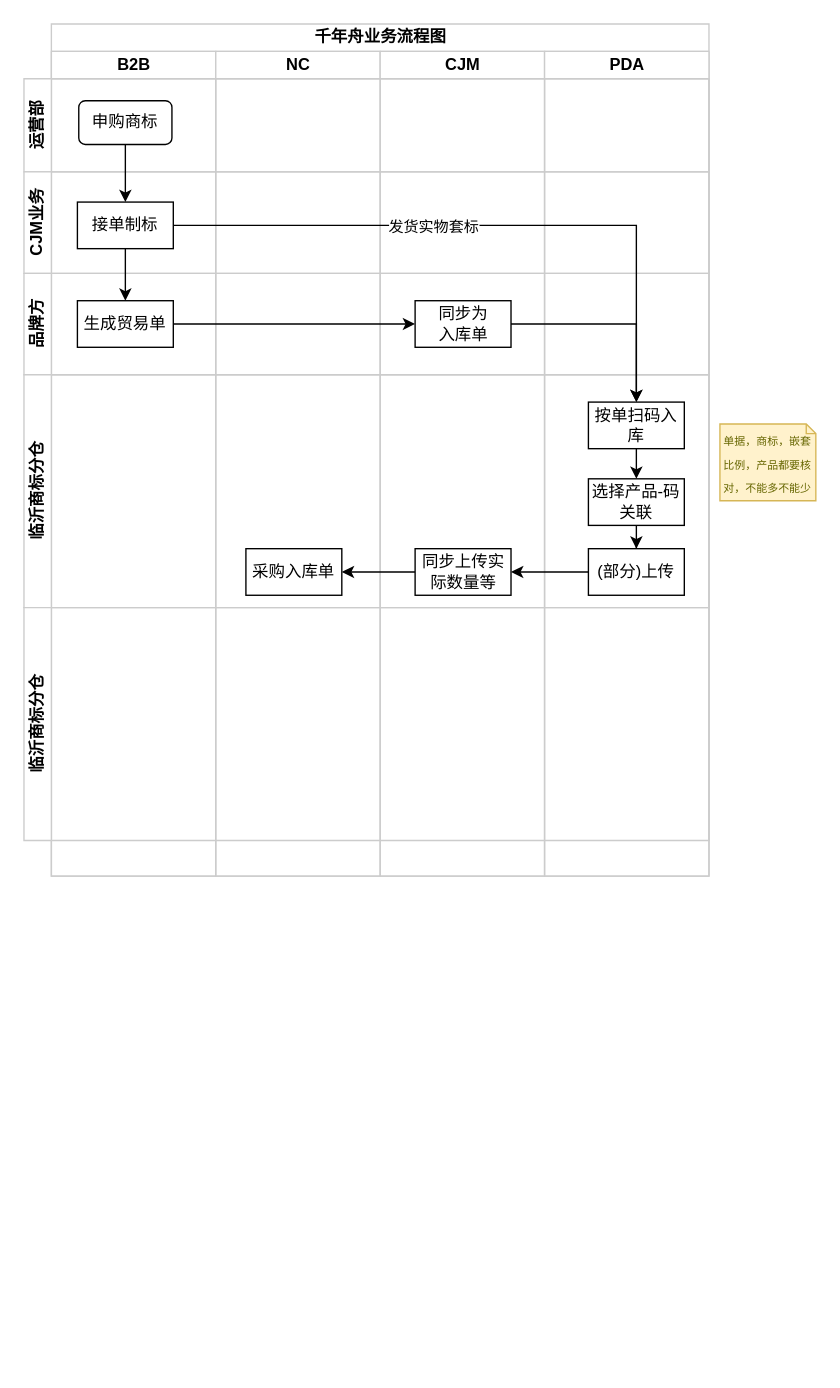
Above: 未命名绘图.drawio in wangjing0128/flow-chart (draw.io), before the change. Source tidied: cells renumbered, new cells numbered last; positions are measured from the earlier drawing's top-left corner, leaving out a move shared by most shapes. Both pictures are drawn from the tidied source at 137%, with x=0, y=0 at pixel (23, 23).
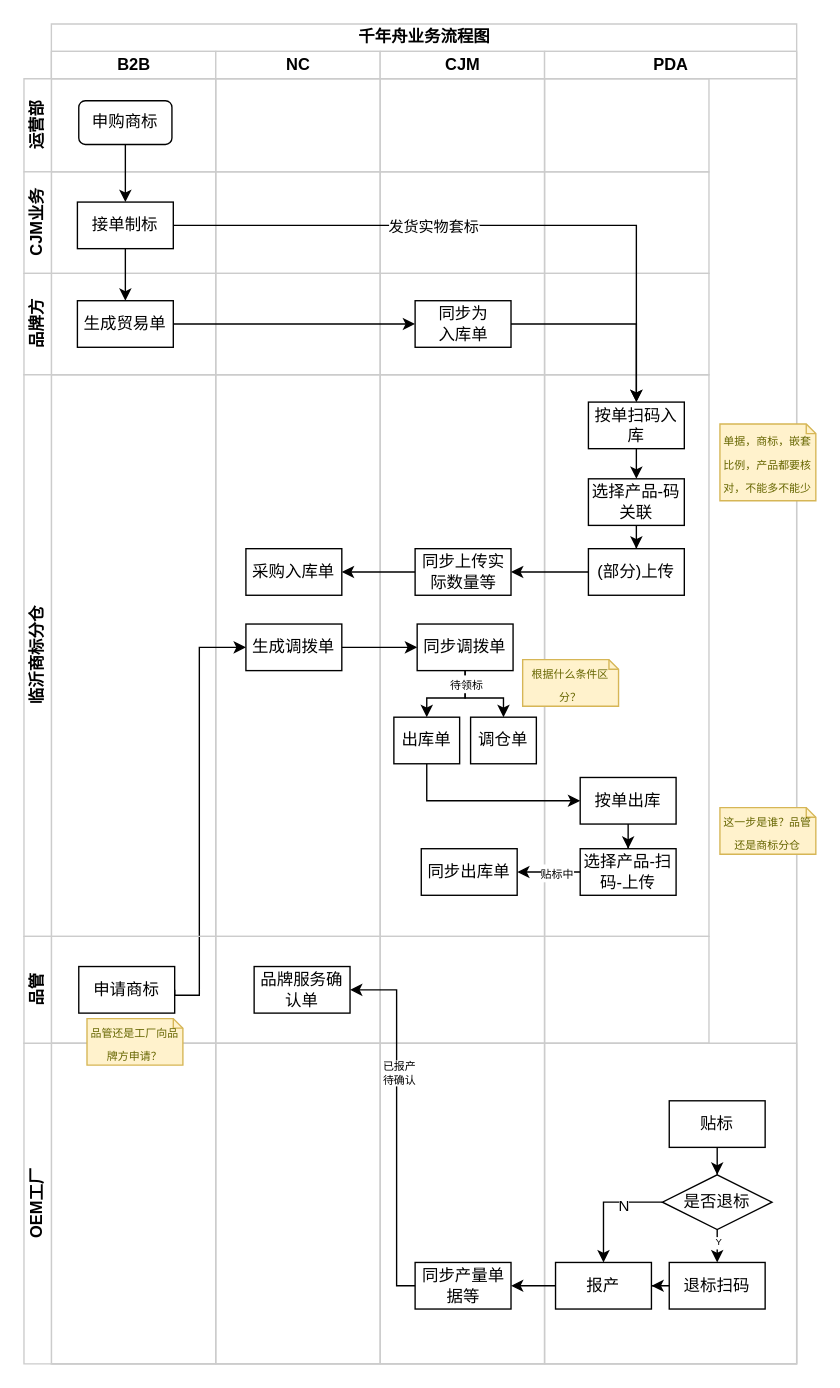
Above is the later version.

Commit message (it also covers changes not shown here):
更新未命名绘图.drawio

Change to the diagram source:
```diff
@@
     <mxCell id="2" value="千年舟业务流程图" style="swimlane;startSize=20;html=1;strokeColor=#CCCCCC;" parent="1" vertex="1">
-      <mxGeometry x="20" width="480" height="622" as="geometry" />
+      <mxGeometry x="20" width="544" height="978" as="geometry" />
     </mxCell>
     <mxCell id="3" value="B2B" style="swimlane;startSize=20;html=1;strokeColor=#CCCCCC;" parent="2" vertex="1">
-      <mxGeometry y="20" width="120" height="602" as="geometry" />
+      <mxGeometry y="20" width="120" height="958" as="geometry" />
     </mxCell>
     <mxCell id="4" value="NC" style="swimlane;startSize=20;html=1;strokeColor=#CCCCCC;" parent="2" vertex="1">
-      <mxGeometry x="120" y="20" width="120" height="602" as="geometry" />
+      <mxGeometry x="120" y="20" width="120" height="958" as="geometry" />
     </mxCell>
     <mxCell id="5" value="CJM" style="swimlane;startSize=20;html=1;strokeColor=#CCCCCC;" parent="2" vertex="1">
-      <mxGeometry x="240" y="20" width="120" height="602" as="geometry" />
+      <mxGeometry x="240" y="20" width="120" height="958" as="geometry" />
     </mxCell>
     <mxCell id="6" value="PDA" style="swimlane;startSize=20;html=1;strokeColor=#CCCCCC;" parent="2" vertex="1">
-      <mxGeometry x="360" y="20" width="120" height="602" as="geometry" />
+      <mxGeometry x="360" y="20" width="184" height="958" as="geometry" />
     </mxCell>
@@
     <mxCell id="16" value="临沂商标分仓" style="swimlane;startSize=20;horizontal=0;html=1;whiteSpace=wrap;strokeColor=#CCCCCC;" parent="1" vertex="1">
-      <mxGeometry y="256" width="500" height="170" as="geometry" />
+      <mxGeometry y="256" width="500" height="410" as="geometry" />
     </mxCell>
@@
+    <mxCell id="33" style="edgeStyle=orthogonalEdgeStyle;rounded=0;jettySize=auto;html=1;exitX=1;exitY=0.5;exitDx=0;exitDy=0;entryX=0;entryY=0.5;entryDx=0;entryDy=0;" parent="16" edge="1" source="34" target="38">
+      <mxGeometry relative="1" as="geometry" />
+    </mxCell>
+    <mxCell id="34" value="生成调拨单" style="rounded=0;whiteSpace=wrap;html=1;" parent="16" vertex="1">
+      <mxGeometry x="162" y="182" width="70" height="34" as="geometry" />
+    </mxCell>
+    <mxCell id="35" style="edgeStyle=orthogonalEdgeStyle;rounded=0;jettySize=auto;html=1;exitX=0.5;exitY=1;exitDx=0;exitDy=0;entryX=0.5;entryY=0;entryDx=0;entryDy=0;" parent="16" edge="1" source="38" target="40">
+      <mxGeometry relative="1" as="geometry" />
+    </mxCell>
+    <mxCell id="36" style="edgeStyle=orthogonalEdgeStyle;rounded=0;jettySize=auto;html=1;exitX=0.5;exitY=1;exitDx=0;exitDy=0;" parent="16" edge="1" source="38" target="41">
+      <mxGeometry relative="1" as="geometry" />
+    </mxCell>
+    <mxCell id="37" value="&lt;font style=&quot;font-size: 8px;&quot;&gt;待领标&lt;/font&gt;" style="edgeLabel;html=1;align=center;verticalAlign=middle;" parent="36" vertex="1">
+      <mxGeometry x="-0.7" relative="1" as="geometry" />
+    </mxCell>
+    <mxCell id="38" value="同步调拨单" style="rounded=0;whiteSpace=wrap;html=1;" parent="16" vertex="1">
+      <mxGeometry x="287" y="182" width="70" height="34" as="geometry" />
+    </mxCell>
+    <mxCell id="39" style="edgeStyle=orthogonalEdgeStyle;rounded=0;jettySize=auto;html=1;exitX=0.5;exitY=1;exitDx=0;exitDy=0;entryX=0;entryY=0.5;entryDx=0;entryDy=0;" parent="16" edge="1" source="40" target="44">
+      <mxGeometry relative="1" as="geometry" />
+    </mxCell>
+    <mxCell id="40" value="出库单" style="rounded=0;whiteSpace=wrap;html=1;" parent="16" vertex="1">
+      <mxGeometry x="270" y="250" width="48" height="34" as="geometry" />
+    </mxCell>
+    <mxCell id="41" value="调仓单" style="rounded=0;whiteSpace=wrap;html=1;" parent="16" vertex="1">
+      <mxGeometry x="326" y="250" width="48" height="34" as="geometry" />
+    </mxCell>
+    <mxCell id="42" value="&lt;span style=&quot;font-size: 8px;&quot;&gt;根据什么条件区分？&lt;/span&gt;" style="shape=note;strokeWidth=1;fontSize=14;size=7;whiteSpace=wrap;html=1;fillColor=#fff2cc;strokeColor=#d6b656;fontColor=#666600;" parent="16" vertex="1">
+      <mxGeometry x="364" y="208" width="70" height="34" as="geometry" />
+    </mxCell>
+    <mxCell id="43" style="edgeStyle=orthogonalEdgeStyle;rounded=0;jettySize=auto;html=1;exitX=0.5;exitY=1;exitDx=0;exitDy=0;" parent="16" edge="1" source="44" target="47">
+      <mxGeometry relative="1" as="geometry" />
+    </mxCell>
+    <mxCell id="44" value="按单出库" style="rounded=0;whiteSpace=wrap;html=1;" parent="16" vertex="1">
+      <mxGeometry x="406" y="294" width="70" height="34" as="geometry" />
+    </mxCell>
+    <mxCell id="45" style="edgeStyle=orthogonalEdgeStyle;rounded=0;jettySize=auto;html=1;exitX=0;exitY=0.5;exitDx=0;exitDy=0;" parent="16" edge="1" source="47" target="48">
+      <mxGeometry relative="1" as="geometry" />
+    </mxCell>
+    <mxCell id="46" value="&lt;font style=&quot;font-size: 8px;&quot;&gt;贴标中&lt;/font&gt;" style="edgeLabel;html=1;align=center;verticalAlign=middle;" parent="45" vertex="1">
+      <mxGeometry x="0.18" y="2" relative="1" as="geometry">
+        <mxPoint x="9" y="-2" as="offset" />
+      </mxGeometry>
+    </mxCell>
+    <mxCell id="47" value="选择产品-扫码-上传" style="rounded=0;whiteSpace=wrap;html=1;" parent="16" vertex="1">
+      <mxGeometry x="406" y="346" width="70" height="34" as="geometry" />
+    </mxCell>
+    <mxCell id="48" value="同步出库单" style="rounded=0;whiteSpace=wrap;html=1;" parent="16" vertex="1">
+      <mxGeometry x="290" y="346" width="70" height="34" as="geometry" />
+    </mxCell>
@@
-    <mxCell id="32" value="临沂商标分仓" style="swimlane;startSize=20;horizontal=0;html=1;whiteSpace=wrap;strokeColor=#CCCCCC;" parent="1" vertex="1">
-      <mxGeometry y="426" width="500" height="170" as="geometry" />
+    <mxCell id="32" value="OEM工厂" style="swimlane;startSize=20;horizontal=0;html=1;whiteSpace=wrap;strokeColor=#CCCCCC;" parent="1" vertex="1">
+      <mxGeometry y="744" width="564" height="234" as="geometry" />
     </mxCell>
+    <mxCell id="49" style="edgeStyle=orthogonalEdgeStyle;rounded=0;jettySize=auto;html=1;exitX=0.5;exitY=1;exitDx=0;exitDy=0;" parent="32" edge="1" source="50" target="55">
+      <mxGeometry relative="1" as="geometry" />
+    </mxCell>
+    <mxCell id="50" value="贴标" style="rounded=0;whiteSpace=wrap;html=1;" parent="32" vertex="1">
+      <mxGeometry x="471" y="42" width="70" height="34" as="geometry" />
+    </mxCell>
+    <mxCell id="51" style="edgeStyle=orthogonalEdgeStyle;rounded=0;jettySize=auto;html=1;exitX=0.5;exitY=1;exitDx=0;exitDy=0;" parent="32" edge="1" source="55" target="57">
+      <mxGeometry relative="1" as="geometry" />
+    </mxCell>
+    <mxCell id="52" value="Y" style="edgeLabel;html=1;align=center;verticalAlign=middle;fontSize=7;" parent="51" vertex="1">
+      <mxGeometry x="-0.8" y="-2" relative="1" as="geometry">
+        <mxPoint x="2" y="3" as="offset" />
+      </mxGeometry>
+    </mxCell>
+    <mxCell id="53" style="edgeStyle=orthogonalEdgeStyle;rounded=0;jettySize=auto;html=1;exitX=0;exitY=0.5;exitDx=0;exitDy=0;entryX=0.5;entryY=0;entryDx=0;entryDy=0;" parent="32" edge="1" source="55" target="59">
+      <mxGeometry relative="1" as="geometry" />
+    </mxCell>
+    <mxCell id="54" value="N" style="edgeLabel;html=1;align=center;verticalAlign=middle;" parent="53" vertex="1">
+      <mxGeometry x="-0.33" y="2" relative="1" as="geometry" />
+    </mxCell>
+    <mxCell id="55" value="是否退标" style="rhombus;whiteSpace=wrap;html=1;" parent="32" vertex="1">
+      <mxGeometry x="466" y="96" width="80" height="40" as="geometry" />
+    </mxCell>
+    <mxCell id="56" style="edgeStyle=orthogonalEdgeStyle;rounded=0;jettySize=auto;html=1;exitX=0;exitY=0.5;exitDx=0;exitDy=0;" parent="32" edge="1" source="57" target="59">
+      <mxGeometry relative="1" as="geometry" />
+    </mxCell>
+    <mxCell id="57" value="退标扫码" style="rounded=0;whiteSpace=wrap;html=1;" parent="32" vertex="1">
+      <mxGeometry x="471" y="160" width="70" height="34" as="geometry" />
+    </mxCell>
+    <mxCell id="58" style="edgeStyle=orthogonalEdgeStyle;rounded=0;jettySize=auto;html=1;exitX=0;exitY=0.5;exitDx=0;exitDy=0;" parent="32" edge="1" source="59" target="60">
+      <mxGeometry relative="1" as="geometry" />
+    </mxCell>
+    <mxCell id="59" value="报产" style="rounded=0;whiteSpace=wrap;html=1;" parent="32" vertex="1">
+      <mxGeometry x="388" y="160" width="70" height="34" as="geometry" />
+    </mxCell>
+    <mxCell id="60" value="同步产量单据等" style="rounded=0;whiteSpace=wrap;html=1;" parent="32" vertex="1">
+      <mxGeometry x="285.5" y="160" width="70" height="34" as="geometry" />
+    </mxCell>
+    <mxCell id="61" style="edgeStyle=orthogonalEdgeStyle;rounded=0;jettySize=auto;html=1;exitX=1;exitY=0.5;exitDx=0;exitDy=0;entryX=0;entryY=0.5;entryDx=0;entryDy=0;" parent="1" edge="1" source="63" target="34">
+      <mxGeometry relative="1" as="geometry">
+        <Array as="points">
+          <mxPoint x="128" y="709" />
+          <mxPoint x="128" y="455" />
+        </Array>
+      </mxGeometry>
+    </mxCell>
+    <mxCell id="62" value="品管" style="swimlane;startSize=20;horizontal=0;html=1;whiteSpace=wrap;strokeColor=#CCCCCC;" parent="1" vertex="1">
+      <mxGeometry y="666" width="500" height="78" as="geometry" />
+    </mxCell>
+    <mxCell id="63" value="申请商标" style="rounded=0;whiteSpace=wrap;html=1;" parent="62" vertex="1">
+      <mxGeometry x="40" y="22" width="70" height="34" as="geometry" />
+    </mxCell>
+    <mxCell id="64" value="品牌服务确认单" style="rounded=0;whiteSpace=wrap;html=1;" parent="62" vertex="1">
+      <mxGeometry x="168" y="22" width="70" height="34" as="geometry" />
+    </mxCell>
+    <mxCell id="65" value="&lt;span style=&quot;font-size: 8px;&quot;&gt;这一步是谁？品管还是商标分仓&lt;/span&gt;" style="shape=note;strokeWidth=1;fontSize=14;size=7;whiteSpace=wrap;html=1;fillColor=#fff2cc;strokeColor=#d6b656;fontColor=#666600;" parent="1" vertex="1">
+      <mxGeometry x="508" y="572" width="70" height="34" as="geometry" />
+    </mxCell>
+    <mxCell id="66" value="&lt;span style=&quot;font-size: 8px;&quot;&gt;品管还是工厂向品牌方申请？&lt;/span&gt;" style="shape=note;strokeWidth=1;fontSize=14;size=7;whiteSpace=wrap;html=1;fillColor=#fff2cc;strokeColor=#d6b656;fontColor=#666600;" parent="1" vertex="1">
+      <mxGeometry x="46" y="726" width="70" height="34" as="geometry" />
+    </mxCell>
+    <mxCell id="67" style="edgeStyle=orthogonalEdgeStyle;rounded=0;jettySize=auto;html=1;entryX=1;entryY=0.5;entryDx=0;entryDy=0;" parent="1" edge="1" source="60" target="64">
+      <mxGeometry relative="1" as="geometry">
+        <Array as="points">
+          <mxPoint x="272" y="921" />
+          <mxPoint x="272" y="705" />
+        </Array>
+      </mxGeometry>
+    </mxCell>
+    <mxCell id="68" value="&lt;font style=&quot;font-size: 8px;&quot;&gt;已报产&lt;/font&gt;&lt;div style=&quot;font-size: 8px;&quot;&gt;&lt;font style=&quot;font-size: 8px;&quot;&gt;待确认&lt;/font&gt;&lt;/div&gt;" style="edgeLabel;html=1;align=center;verticalAlign=middle;fontSize=8;" parent="67" vertex="1">
+      <mxGeometry x="0.28" y="-1" relative="1" as="geometry" />
+    </mxCell>
```
